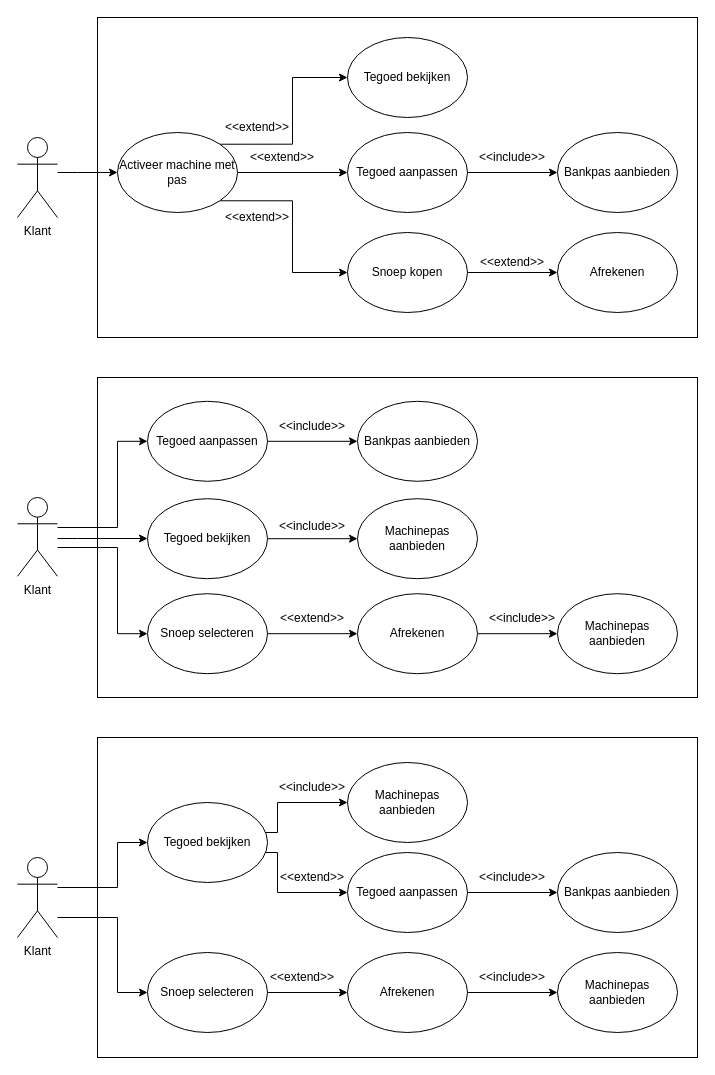
Earlier version of the draw.io diagram Procesanalyse.drawio (EMB20/Procesanalyse). Source tidied: cells renumbered, new cells numbered last; positions are measured from the earlier drawing's top-left corner, leaving out a move shared by most shapes. Both pictures are drawn from the tidied source at 100%, with x=0, y=0 at pixel (17, 17).
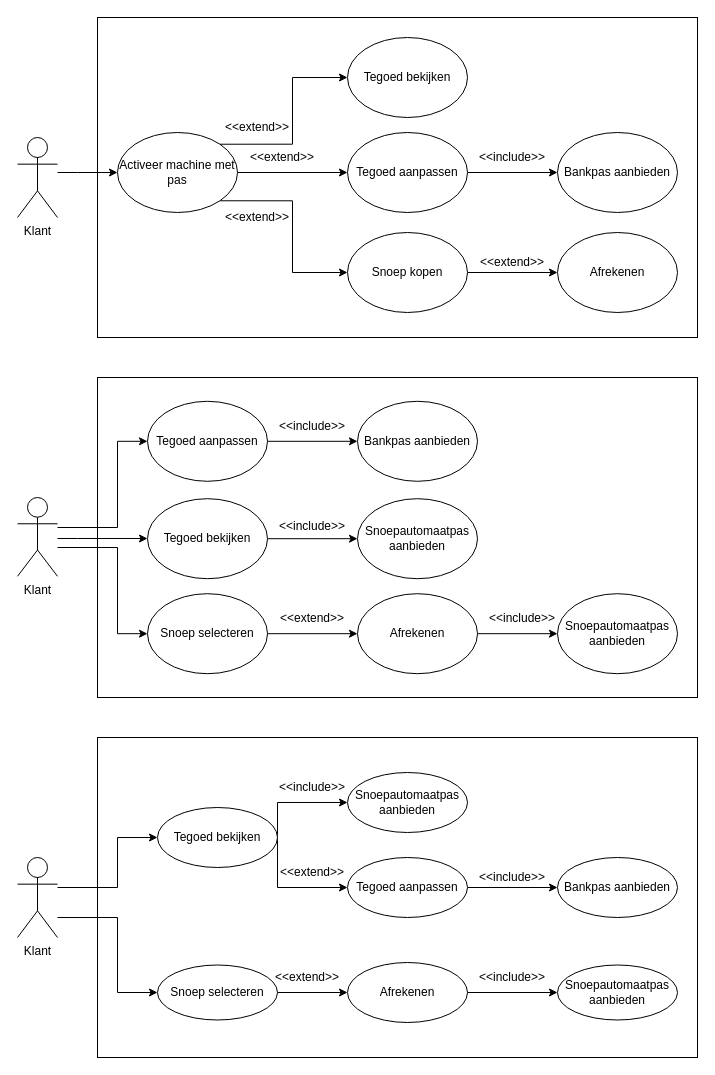
The same diagram, later.

Unchanged cells that the change refers to:
```xml
<mxCell id="44" value="Klant" style="shape=umlActor;verticalLabelPosition=bottom;verticalAlign=top;html=1;outlineConnect=0;" parent="1" vertex="1">
  <mxGeometry y="840" width="40" height="80" as="geometry" />
</mxCell>
```

Diff of the diagram source:
```diff
@@
-    <mxCell id="37" value="Machinepas aanbieden" style="ellipse;whiteSpace=wrap;html=1;" parent="1" vertex="1">
+    <mxCell id="37" value="Snoepautomaatpas aanbieden" style="ellipse;whiteSpace=wrap;html=1;" parent="1" vertex="1">
       <mxGeometry x="540" y="576.2" width="120" height="80" as="geometry" />
     </mxCell>
@@
-    <mxCell id="39" value="Machinepas aanbieden" style="ellipse;whiteSpace=wrap;html=1;" parent="1" vertex="1">
+    <mxCell id="39" value="Snoepautomaatpas aanbieden" style="ellipse;whiteSpace=wrap;html=1;" parent="1" vertex="1">
       <mxGeometry x="340" y="481.2" width="120" height="80" as="geometry" />
     </mxCell>
@@
     <mxCell id="42" style="edgeStyle=orthogonalEdgeStyle;rounded=0;jettySize=auto;html=1;entryX=0;entryY=0.5;entryDx=0;entryDy=0;" parent="1" edge="1" source="44" target="54">
       <mxGeometry relative="1" as="geometry">
         <Array as="points">
           <mxPoint x="100" y="870" />
-          <mxPoint x="100" y="825" />
+          <mxPoint x="100" y="820" />
         </Array>
       </mxGeometry>
     </mxCell>
@@
     <mxCell id="46" value="Tegoed aanpassen" style="ellipse;whiteSpace=wrap;html=1;" parent="1" vertex="1">
-      <mxGeometry x="330" y="835" width="120" height="80" as="geometry" />
+      <mxGeometry x="330" y="840" width="120" height="60" as="geometry" />
     </mxCell>
@@
     <mxCell id="48" value="Afrekenen" style="ellipse;whiteSpace=wrap;html=1;" parent="1" vertex="1">
-      <mxGeometry x="330" y="935" width="120" height="80" as="geometry" />
+      <mxGeometry x="330" y="945" width="120" height="60" as="geometry" />
     </mxCell>
     <mxCell id="49" value="Bankpas aanbieden" style="ellipse;whiteSpace=wrap;html=1;" parent="1" vertex="1">
-      <mxGeometry x="540" y="835" width="120" height="80" as="geometry" />
+      <mxGeometry x="540" y="840" width="120" height="60" as="geometry" />
     </mxCell>
@@
     <mxCell id="51" value="Snoep selecteren" style="ellipse;whiteSpace=wrap;html=1;" parent="1" vertex="1">
-      <mxGeometry x="130" y="935" width="120" height="80" as="geometry" />
+      <mxGeometry x="140" y="947.5" width="120" height="55" as="geometry" />
     </mxCell>
     <mxCell id="52" style="edgeStyle=orthogonalEdgeStyle;rounded=0;jettySize=auto;html=1;entryX=0;entryY=0.5;entryDx=0;entryDy=0;" parent="1" edge="1" source="54" target="46">
       <mxGeometry relative="1" as="geometry">
         <Array as="points">
-          <mxPoint x="260" y="835" />
-          <mxPoint x="260" y="875" />
+          <mxPoint x="260" y="870" />
         </Array>
       </mxGeometry>
     </mxCell>
@@
     <mxCell id="54" value="Tegoed bekijken" style="ellipse;whiteSpace=wrap;html=1;" parent="1" vertex="1">
-      <mxGeometry x="130" y="785" width="120" height="80" as="geometry" />
+      <mxGeometry x="140" y="790" width="120" height="60" as="geometry" />
     </mxCell>
     <mxCell id="55" value="&amp;lt;&amp;lt;extend&amp;gt;&amp;gt;" style="text;html=1;align=center;verticalAlign=middle;whiteSpace=wrap;rounded=0;" parent="1" vertex="1">
-      <mxGeometry x="260" y="945" width="50" height="30" as="geometry" />
+      <mxGeometry x="265" y="945" width="50" height="30" as="geometry" />
     </mxCell>
-    <mxCell id="56" value="Machinepas aanbieden" style="ellipse;whiteSpace=wrap;html=1;" parent="1" vertex="1">
-      <mxGeometry x="540" y="935" width="120" height="80" as="geometry" />
+    <mxCell id="56" value="Snoepautomaatpas aanbieden" style="ellipse;whiteSpace=wrap;html=1;" parent="1" vertex="1">
+      <mxGeometry x="540" y="947.5" width="120" height="55" as="geometry" />
     </mxCell>
@@
-    <mxCell id="58" value="Machinepas aanbieden" style="ellipse;whiteSpace=wrap;html=1;" parent="1" vertex="1">
-      <mxGeometry x="330" y="745" width="120" height="80" as="geometry" />
+    <mxCell id="58" value="Snoepautomaatpas aanbieden" style="ellipse;whiteSpace=wrap;html=1;" parent="1" vertex="1">
+      <mxGeometry x="330" y="755" width="120" height="60" as="geometry" />
     </mxCell>
     <mxCell id="59" value="&amp;lt;&amp;lt;extend&amp;gt;&amp;gt;" style="text;html=1;align=center;verticalAlign=middle;whiteSpace=wrap;rounded=0;" parent="1" vertex="1">
-      <mxGeometry x="270" y="845" width="50" height="30" as="geometry" />
+      <mxGeometry x="270" y="840" width="50" height="30" as="geometry" />
     </mxCell>
```
